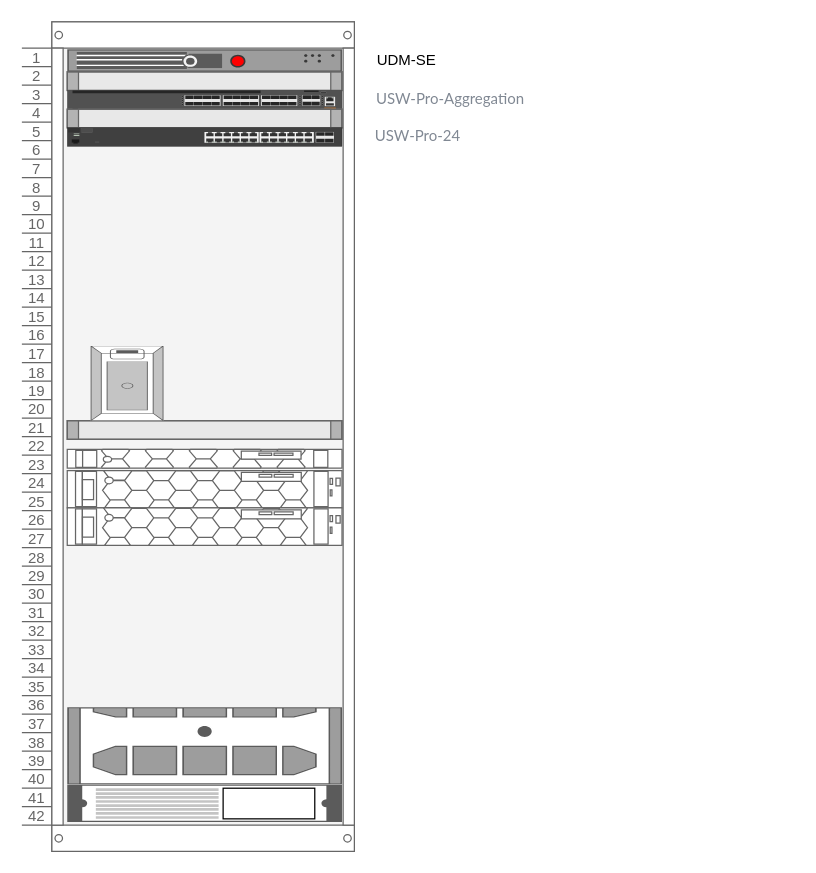
This is page "Rack Diagram" (2 of 2) of assets/uac-net.drawio from brandenk514/hl-docs, a draw.io file, before an edit. Source tidied: cells renumbered, new cells numbered last; positions are measured from the earlier drawing's top-left corner, leaving out a move shared by most shapes. Both pictures are drawn from the tidied source at 125%, with x=0, y=0 at pixel (21, 21).
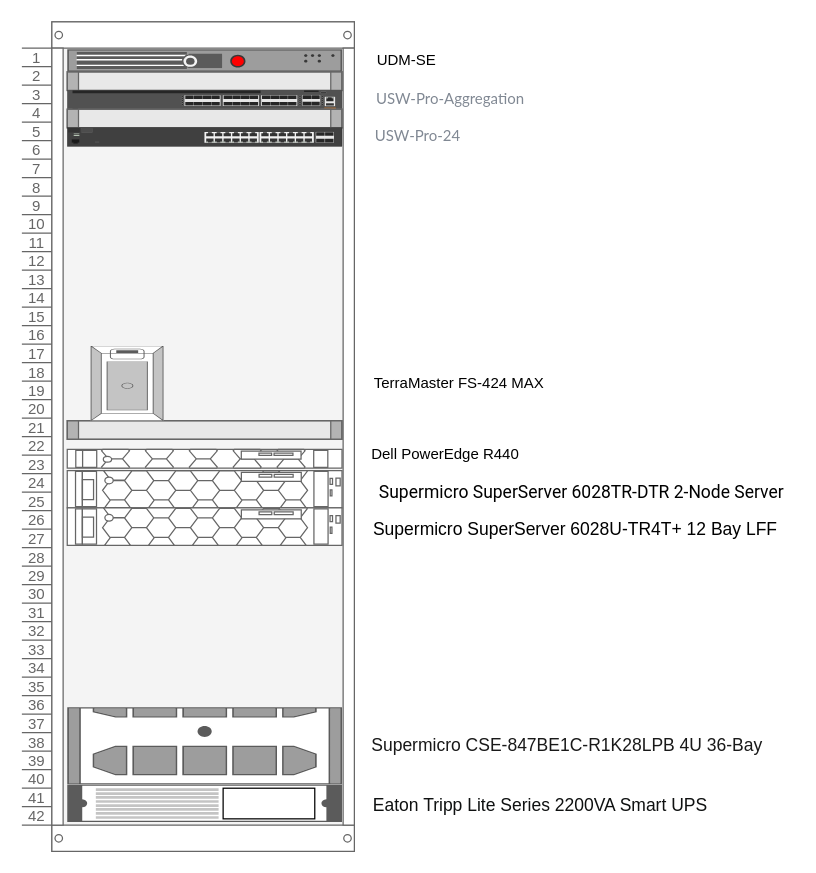
The same diagram, later.

What changed in the source:
```diff
@@
     <mxCell id="2" style="group;" parent="1" vertex="1">
-      <mxGeometry width="266" height="663" as="geometry" />
+      <mxGeometry width="610" height="663" as="geometry" />
     </mxCell>
@@
+    <mxCell id="19" value="&lt;span style=&quot;color: light-dark(rgb(0, 0, 0), rgb(255, 255, 255));&quot;&gt;&lt;font style=&quot;font-size: 14px;&quot;&gt;&lt;span style=&quot;caret-color: rgb(25, 25, 25); font-family: &amp;quot;Market Sans&amp;quot;, Arial, sans-serif; background-color: rgb(255, 255, 255); color: rgb(25, 25, 25);&quot;&gt;Supermicro CSE-847BE1C-R1&lt;/span&gt;&lt;span style=&quot;caret-color: light-dark(rgb(25, 25, 25), rgb(216, 216, 216));&quot;&gt;&lt;wbr style=&quot;box-sizing: border-box; margin: 0px; padding: 0px; caret-color: rgb(25, 25, 25); font-family: &amp;quot;Market Sans&amp;quot;, Arial, sans-serif; color: rgb(25, 25, 25);&quot;&gt;&lt;/span&gt;&lt;span style=&quot;caret-color: rgb(25, 25, 25); font-family: &amp;quot;Market Sans&amp;quot;, Arial, sans-serif; background-color: rgb(255, 255, 255); color: rgb(25, 25, 25);&quot;&gt;K28LPB 4U 36-Bay&lt;/span&gt;&lt;/font&gt;&lt;/span&gt;" style="text;html=1;align=left;verticalAlign=middle;whiteSpace=wrap;rounded=0;" parent="2" vertex="1">
+      <mxGeometry x="278" y="564.2" width="324" height="30" as="geometry" />
+    </mxCell>
+    <mxCell id="20" value="&lt;h1 style=&quot;text-align: start; box-sizing: border-box; padding: 0px; margin-top: 0px; margin-right: 0px; margin-left: 0px; text-rendering: optimizelegibility; font-weight: 400; caret-color: rgb(15, 17, 17); color: rgb(15, 17, 17); font-family: &amp;quot;Amazon Ember&amp;quot;, Arial, sans-serif; margin-bottom: 0px !important; line-height: 32px !important;&quot; class=&quot;a-size-large a-spacing-none&quot;&gt;&lt;span style=&quot;box-sizing: border-box; text-rendering: optimizelegibility; word-break: break-word; line-height: 32px !important;&quot; class=&quot;a-size-large product-title-word-break&quot; id=&quot;productTitle&quot;&gt;&lt;font style=&quot;font-size: 14px;&quot;&gt;Eaton Tripp Lite Series 2200VA Smart UPS&lt;/font&gt;&lt;/span&gt;&lt;/h1&gt;" style="text;html=1;align=center;verticalAlign=middle;whiteSpace=wrap;rounded=0;" parent="2" vertex="1">
+      <mxGeometry x="278" y="610.1" width="274" height="30" as="geometry" />
+    </mxCell>
@@
+    <mxCell id="21" value="TerraMaster FS-424 MAX" style="text;html=1;align=center;verticalAlign=middle;whiteSpace=wrap;rounded=0;" parent="1" vertex="1">
+      <mxGeometry x="278" y="274.1" width="143.8" height="30" as="geometry" />
+    </mxCell>
+    <mxCell id="22" value="Dell PowerEdge R440" style="text;html=1;align=center;verticalAlign=middle;whiteSpace=wrap;rounded=0;" parent="1" vertex="1">
+      <mxGeometry x="278" y="331" width="122" height="30" as="geometry" />
+    </mxCell>
+    <mxCell id="23" value="&lt;span style=&quot;text-align: start; white-space: pre-wrap; font-family: Roboto, Arial, sans-serif; font-size: 14px; background-color: rgba(255, 255, 255, 0.1);&quot;&gt;Supermicro SuperServer 6028TR-DTR 2-Node Server&lt;/span&gt;" style="text;html=1;align=center;verticalAlign=middle;whiteSpace=wrap;rounded=0;" parent="1" vertex="1">
+      <mxGeometry x="278" y="361" width="340" height="30" as="geometry" />
+    </mxCell>
+    <mxCell id="24" value="&lt;span style=&quot;font-family: Poppins, sans-serif; font-size: 14px; text-align: left; color: light-dark(rgb(0, 0, 0), rgb(255, 255, 255));&quot;&gt;Supermicro SuperServer 6028U-TR4T+ 12 Bay LFF&lt;/span&gt;" style="text;html=1;align=center;verticalAlign=middle;whiteSpace=wrap;rounded=0;" parent="1" vertex="1">
+      <mxGeometry x="278" y="391" width="330" height="30" as="geometry" />
+    </mxCell>
```
